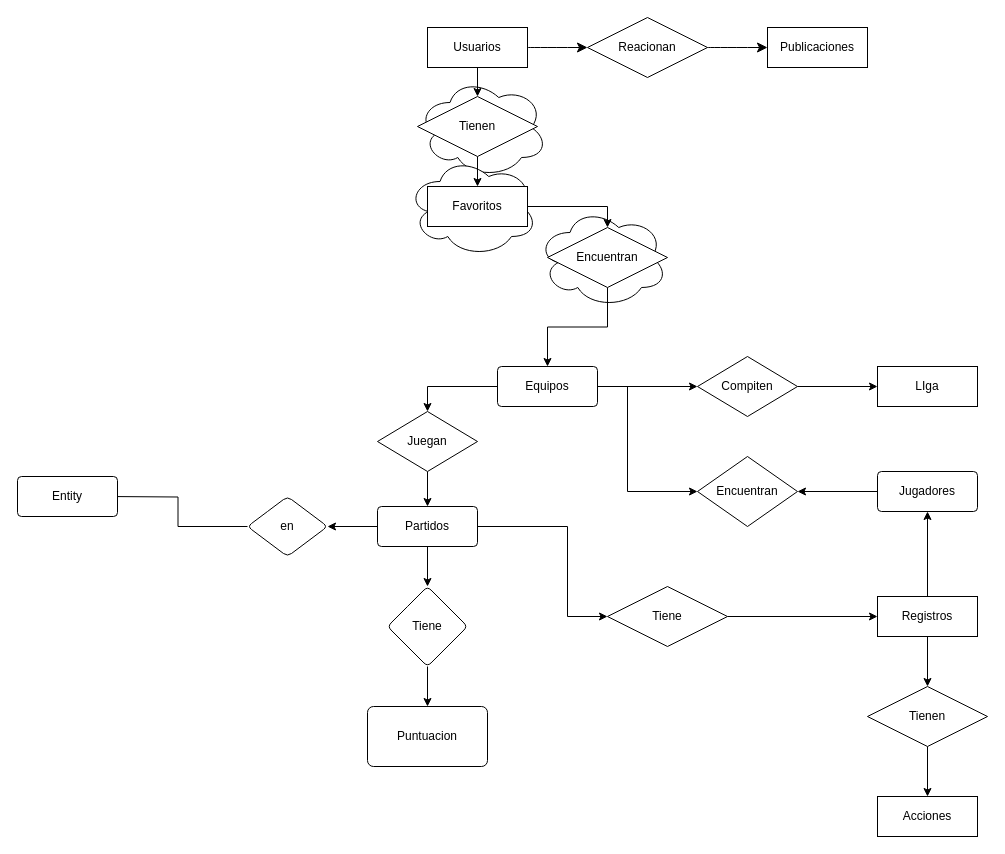
Earlier version of the draw.io diagram basket.drawio (Resultados-deportivos/Doc). Source tidied: cells renumbered, new cells numbered last; positions are measured from the earlier drawing's top-left corner, leaving out a move shared by most shapes. Both pictures are drawn from the tidied source at 100%, with x=0, y=0 at pixel (17, 17).
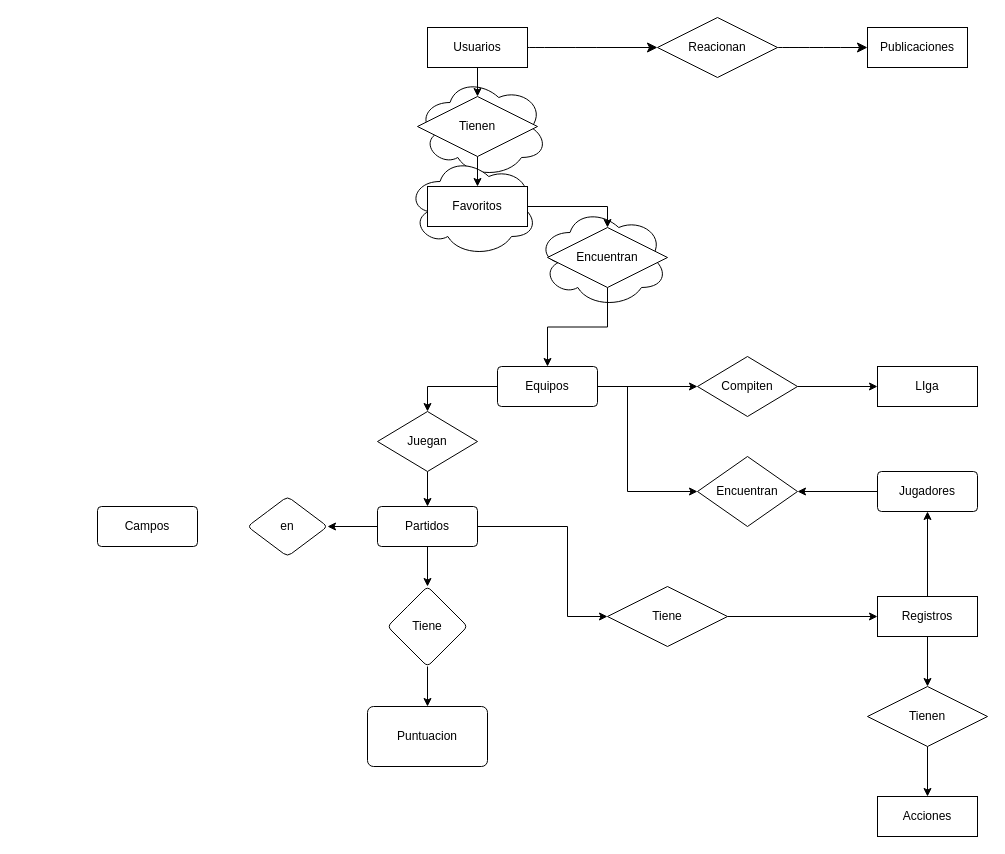
The same page after the edit.

Unchanged cells that the change refers to:
```xml
<mxCell id="43" value="en" style="rhombus;whiteSpace=wrap;html=1;rounded=1;arcSize=10;" parent="1" vertex="1">
  <mxGeometry x="230" y="479" width="80" height="60" as="geometry" />
</mxCell>
```

Diff of the diagram source:
```diff
@@
     <mxCell id="39" value="Publicaciones&lt;br&gt;" style="whiteSpace=wrap;html=1;align=center;" parent="1" vertex="1">
-      <mxGeometry x="750" y="10" width="100" height="40" as="geometry" />
+      <mxGeometry x="850" y="10" width="100" height="40" as="geometry" />
     </mxCell>
@@
-    <mxCell id="42" style="edgeStyle=orthogonalEdgeStyle;rounded=0;jettySize=auto;html=1;" parent="1" edge="1" source="43">
-      <mxGeometry relative="1" as="geometry">
-        <mxPoint x="90" y="479" as="targetPoint" />
-      </mxGeometry>
-    </mxCell>
@@
-    <mxCell id="44" value="Entity" style="rounded=1;arcSize=10;whiteSpace=wrap;html=1;align=center;" parent="1" vertex="1">
-      <mxGeometry y="459" width="100" height="40" as="geometry" />
+    <mxCell id="44" value="Campos" style="rounded=1;arcSize=10;whiteSpace=wrap;html=1;align=center;" parent="1" vertex="1">
+      <mxGeometry x="80" y="489" width="100" height="40" as="geometry" />
     </mxCell>
@@
     <mxCell id="46" value="Reacionan" style="shape=rhombus;perimeter=rhombusPerimeter;whiteSpace=wrap;html=1;align=center;" parent="1" vertex="1">
-      <mxGeometry x="570" width="120" height="60" as="geometry" />
+      <mxGeometry x="640" width="120" height="60" as="geometry" />
     </mxCell>
+    <mxCell id="47" style="edgeStyle=none;curved=1;rounded=0;orthogonalLoop=1;jettySize=auto;html=1;exitX=0.5;exitY=1;exitDx=0;exitDy=0;fontSize=12;startSize=8;endSize=8;" parent="1" edge="1" source="44" target="44">
+      <mxGeometry relative="1" as="geometry" />
+    </mxCell>
```
